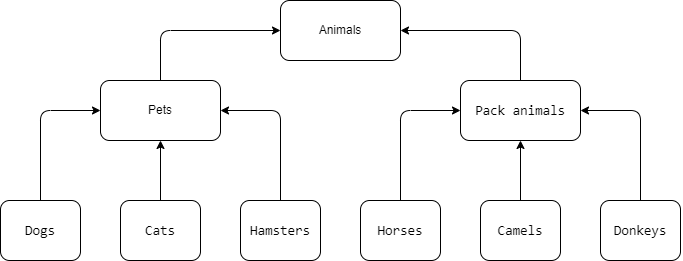
The draw.io diagram blockDiagram.drawio.png in Kornegin-GB/FinalCertification, before a commit. Source tidied: cells renumbered, new cells last; positions are measured from the earlier drawing's top-left corner, leaving out a move shared by most shapes.
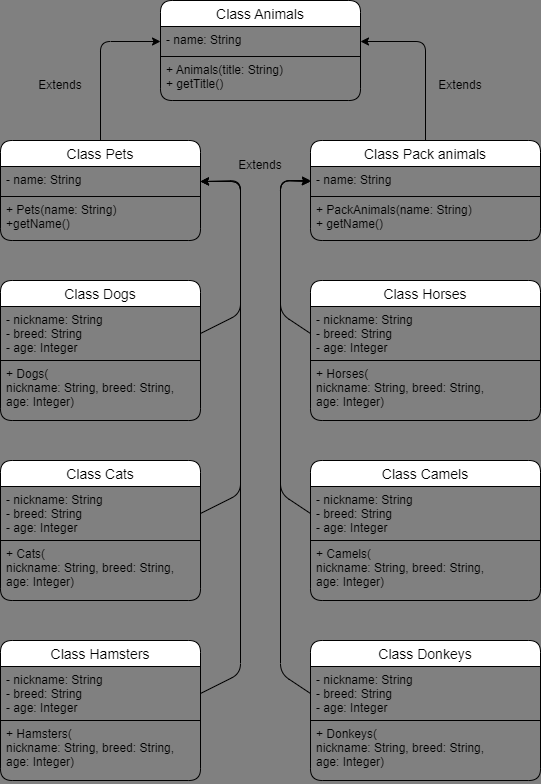
Above is the later version.

Commit message:
creating a class flowchart

The edit, as a diff of the source:
```diff
@@ -1,81 +1,159 @@
-<mxGraphModel>
+<mxGraphModel background="#808080">
   <root>
     <mxCell id="0" />
     <mxCell id="1" parent="0" />
-    <mxCell id="2" value="Animals" style="rounded=1;whiteSpace=wrap;html=1;fontColor=#000000;" parent="1" vertex="1">
-      <mxGeometry x="280" width="120" height="60" as="geometry" />
-    </mxCell>
-    <mxCell id="3" style="edgeStyle=none;html=1;exitX=0.5;exitY=0;exitDx=0;exitDy=0;entryX=0;entryY=0.5;entryDx=0;entryDy=0;fontColor=#f7f7f7;" parent="1" edge="1" source="4" target="2">
-      <mxGeometry relative="1" as="geometry">
-        <Array as="points">
-          <mxPoint x="160" y="30" />
-        </Array>
-      </mxGeometry>
-    </mxCell>
-    <mxCell id="4" value="Pets" style="rounded=1;whiteSpace=wrap;html=1;fontColor=#000000;" parent="1" vertex="1">
-      <mxGeometry x="100" y="80" width="120" height="60" as="geometry" />
-    </mxCell>
-    <mxCell id="5" style="edgeStyle=none;html=1;exitX=0.5;exitY=0;exitDx=0;exitDy=0;entryX=1;entryY=0.5;entryDx=0;entryDy=0;fontColor=#f7f7f7;" parent="1" edge="1" source="6" target="2">
-      <mxGeometry relative="1" as="geometry">
-        <Array as="points">
-          <mxPoint x="520" y="30" />
-        </Array>
-      </mxGeometry>
-    </mxCell>
-    <mxCell id="6" value="&lt;pre style=&quot;box-sizing: border-box; font-family: ui-monospace, SFMono-Regular, &amp;quot;SF Mono&amp;quot;, Menlo, Consolas, &amp;quot;Liberation Mono&amp;quot;, monospace; font-size: 13.6px; margin-top: 0px; margin-bottom: 0px; overflow-wrap: normal; padding: 16px; overflow: auto; line-height: 120%; background-color: var(--color-canvas-subtle); border-radius: 6px; word-break: normal; text-align: start;&quot;&gt;&lt;span style=&quot;box-sizing: border-box;&quot; class=&quot;pl-s&quot;&gt;&lt;font&gt;Pack animals&lt;/font&gt;&lt;/span&gt;&lt;/pre&gt;" style="rounded=1;whiteSpace=wrap;html=1;fontColor=#000000;" parent="1" vertex="1">
-      <mxGeometry x="460" y="80" width="120" height="60" as="geometry" />
-    </mxCell>
-    <mxCell id="7" style="edgeStyle=none;html=1;exitX=0.5;exitY=0;exitDx=0;exitDy=0;entryX=0;entryY=0.5;entryDx=0;entryDy=0;fontColor=#f7f7f7;" parent="1" edge="1" source="8" target="4">
-      <mxGeometry relative="1" as="geometry">
-        <Array as="points">
-          <mxPoint x="40" y="110" />
-        </Array>
-      </mxGeometry>
-    </mxCell>
-    <mxCell id="8" value="&lt;pre style=&quot;box-sizing: border-box; font-family: ui-monospace, SFMono-Regular, &amp;quot;SF Mono&amp;quot;, Menlo, Consolas, &amp;quot;Liberation Mono&amp;quot;, monospace; font-size: 13.6px; margin-top: 0px; margin-bottom: 0px; overflow-wrap: normal; padding: 16px; overflow: auto; line-height: 120%; background-color: var(--color-canvas-subtle); border-radius: 6px; word-break: normal; text-align: start;&quot;&gt;Dogs&lt;/pre&gt;" style="rounded=1;whiteSpace=wrap;html=1;fontColor=#000000;" parent="1" vertex="1">
-      <mxGeometry y="200" width="80" height="60" as="geometry" />
-    </mxCell>
-    <mxCell id="9" style="edgeStyle=none;html=1;exitX=0.5;exitY=0;exitDx=0;exitDy=0;entryX=0.5;entryY=1;entryDx=0;entryDy=0;fontColor=#f7f7f7;" parent="1" edge="1" source="10" target="4">
-      <mxGeometry relative="1" as="geometry" />
-    </mxCell>
-    <mxCell id="10" value="&lt;pre style=&quot;box-sizing: border-box; font-family: ui-monospace, SFMono-Regular, &amp;quot;SF Mono&amp;quot;, Menlo, Consolas, &amp;quot;Liberation Mono&amp;quot;, monospace; font-size: 13.6px; margin-top: 0px; margin-bottom: 0px; overflow-wrap: normal; padding: 16px; overflow: auto; line-height: 120%; background-color: var(--color-canvas-subtle); border-radius: 6px; word-break: normal; text-align: start;&quot;&gt;Cats&lt;/pre&gt;" style="rounded=1;whiteSpace=wrap;html=1;fontColor=#000000;" parent="1" vertex="1">
-      <mxGeometry x="120" y="200" width="80" height="60" as="geometry" />
-    </mxCell>
-    <mxCell id="11" style="edgeStyle=none;html=1;exitX=0.5;exitY=0;exitDx=0;exitDy=0;entryX=1;entryY=0.5;entryDx=0;entryDy=0;fontColor=#f7f7f7;" parent="1" edge="1" source="12" target="4">
-      <mxGeometry relative="1" as="geometry">
-        <Array as="points">
-          <mxPoint x="280" y="110" />
-        </Array>
-      </mxGeometry>
-    </mxCell>
-    <mxCell id="12" value="&lt;pre style=&quot;box-sizing: border-box; font-family: ui-monospace, SFMono-Regular, &amp;quot;SF Mono&amp;quot;, Menlo, Consolas, &amp;quot;Liberation Mono&amp;quot;, monospace; font-size: 13.6px; margin-top: 0px; margin-bottom: 0px; overflow-wrap: normal; padding: 16px; overflow: auto; line-height: 120%; background-color: var(--color-canvas-subtle); border-radius: 6px; word-break: normal; text-align: start;&quot;&gt;Hamsters&lt;/pre&gt;" style="rounded=1;whiteSpace=wrap;html=1;fontColor=#000000;" parent="1" vertex="1">
-      <mxGeometry x="240" y="200" width="80" height="60" as="geometry" />
-    </mxCell>
-    <mxCell id="13" style="edgeStyle=none;html=1;exitX=0.5;exitY=0;exitDx=0;exitDy=0;entryX=0;entryY=0.5;entryDx=0;entryDy=0;fontColor=#f7f7f7;" parent="1" edge="1" source="14" target="6">
-      <mxGeometry relative="1" as="geometry">
-        <Array as="points">
-          <mxPoint x="400" y="110" />
-        </Array>
-      </mxGeometry>
-    </mxCell>
-    <mxCell id="14" value="&lt;pre style=&quot;box-sizing: border-box; font-family: ui-monospace, SFMono-Regular, &amp;quot;SF Mono&amp;quot;, Menlo, Consolas, &amp;quot;Liberation Mono&amp;quot;, monospace; font-size: 13.6px; margin-top: 0px; margin-bottom: 0px; overflow-wrap: normal; padding: 16px; overflow: auto; line-height: 120%; background-color: var(--color-canvas-subtle); border-radius: 6px; word-break: normal; text-align: start;&quot;&gt;Horses&lt;/pre&gt;" style="rounded=1;whiteSpace=wrap;html=1;fontColor=#000000;" parent="1" vertex="1">
-      <mxGeometry x="360" y="200" width="80" height="60" as="geometry" />
-    </mxCell>
-    <mxCell id="15" style="edgeStyle=none;html=1;exitX=0.5;exitY=0;exitDx=0;exitDy=0;entryX=0.5;entryY=1;entryDx=0;entryDy=0;fontColor=#f7f7f7;" parent="1" edge="1" source="16" target="6">
-      <mxGeometry relative="1" as="geometry" />
-    </mxCell>
-    <mxCell id="16" value="&lt;pre style=&quot;box-sizing: border-box; font-family: ui-monospace, SFMono-Regular, &amp;quot;SF Mono&amp;quot;, Menlo, Consolas, &amp;quot;Liberation Mono&amp;quot;, monospace; font-size: 13.6px; margin-top: 0px; margin-bottom: 0px; overflow-wrap: normal; padding: 16px; overflow: auto; line-height: 120%; background-color: var(--color-canvas-subtle); border-radius: 6px; word-break: normal; text-align: start;&quot;&gt;Camels&lt;/pre&gt;" style="rounded=1;whiteSpace=wrap;html=1;fontColor=#000000;" parent="1" vertex="1">
-      <mxGeometry x="480" y="200" width="80" height="60" as="geometry" />
-    </mxCell>
-    <mxCell id="17" style="edgeStyle=none;html=1;exitX=0.5;exitY=0;exitDx=0;exitDy=0;entryX=1;entryY=0.5;entryDx=0;entryDy=0;fontColor=#030303;labelBackgroundColor=#030303;" parent="1" edge="1" source="18" target="6">
-      <mxGeometry relative="1" as="geometry">
-        <Array as="points">
-          <mxPoint x="640" y="110" />
-        </Array>
-      </mxGeometry>
-    </mxCell>
-    <mxCell id="18" value="&lt;pre style=&quot;box-sizing: border-box; font-family: ui-monospace, SFMono-Regular, &amp;quot;SF Mono&amp;quot;, Menlo, Consolas, &amp;quot;Liberation Mono&amp;quot;, monospace; font-size: 13.6px; margin-top: 0px; margin-bottom: 0px; overflow-wrap: normal; padding: 16px; overflow: auto; line-height: 120%; background-color: var(--color-canvas-subtle); border-radius: 6px; word-break: normal; text-align: start;&quot;&gt;Donkeys&lt;/pre&gt;" style="rounded=1;whiteSpace=wrap;html=1;fontColor=#000000;" parent="1" vertex="1">
-      <mxGeometry x="600" y="200" width="80" height="60" as="geometry" />
-    </mxCell>
+    <mxCell id="19" style="edgeStyle=none;html=1;exitX=0.5;exitY=0;exitDx=0;exitDy=0;entryX=0;entryY=0.5;entryDx=0;entryDy=0;fontSize=12;" parent="1" edge="1" source="20" target="52">
+      <mxGeometry relative="1" as="geometry">
+        <Array as="points">
+          <mxPoint x="260" y="51" />
+        </Array>
+      </mxGeometry>
+    </mxCell>
+    <mxCell id="20" value="Class Pets" style="swimlane;fontStyle=0;horizontal=1;startSize=26;align=center;fontSize=14;html=0;rounded=1;" parent="1" vertex="1">
+      <mxGeometry x="160" y="150" width="200" height="100" as="geometry" />
+    </mxCell>
+    <mxCell id="21" value="- name: String" style="text;strokeColor=default;fillColor=none;spacingLeft=4;spacingRight=4;overflow=hidden;points=[[0,0.5],[1,0.5]];portConstraint=eastwest;fontSize=12;html=0;rounded=0;" parent="20" vertex="1">
+      <mxGeometry y="26" width="200" height="30" as="geometry" />
+    </mxCell>
+    <mxCell id="22" value="+ Pets(name: String)&#10;+getName()" style="text;strokeColor=none;fillColor=none;spacingLeft=4;spacingRight=4;overflow=hidden;fontSize=12;html=0;rounded=1;" parent="20" vertex="1">
+      <mxGeometry y="56" width="200" height="44" as="geometry" />
+    </mxCell>
+    <mxCell id="23" style="edgeStyle=none;html=1;exitX=0.5;exitY=0;exitDx=0;exitDy=0;entryX=1;entryY=0.5;entryDx=0;entryDy=0;fontSize=12;" parent="1" edge="1" source="24" target="52">
+      <mxGeometry relative="1" as="geometry">
+        <Array as="points">
+          <mxPoint x="585" y="51" />
+        </Array>
+      </mxGeometry>
+    </mxCell>
+    <mxCell id="24" value="Class Pack animals" style="swimlane;fontStyle=0;horizontal=1;startSize=26;align=center;fontSize=14;html=0;rounded=1;" parent="1" vertex="1">
+      <mxGeometry x="470" y="150" width="230" height="100" as="geometry" />
+    </mxCell>
+    <mxCell id="25" value="- name: String" style="text;strokeColor=default;fillColor=none;spacingLeft=4;spacingRight=4;overflow=hidden;points=[[0,0.5],[1,0.5]];portConstraint=eastwest;fontSize=12;html=0;rounded=0;" parent="24" vertex="1">
+      <mxGeometry y="26" width="230" height="30" as="geometry" />
+    </mxCell>
+    <mxCell id="26" value="+ PackAnimals(name: String)&#10;+ getName()" style="text;strokeColor=none;fillColor=none;spacingLeft=4;spacingRight=4;overflow=hidden;fontSize=12;html=0;rounded=1;" parent="24" vertex="1">
+      <mxGeometry y="56" width="230" height="44" as="geometry" />
+    </mxCell>
+    <mxCell id="27" value="Class Dogs" style="swimlane;fontStyle=0;horizontal=1;startSize=26;align=center;fontSize=14;html=0;rounded=1;" parent="1" vertex="1">
+      <mxGeometry x="160" y="290" width="200" height="140" as="geometry" />
+    </mxCell>
+    <mxCell id="28" value="- nickname: String&#10;- breed: String&#10;- age: Integer" style="text;strokeColor=default;fillColor=none;spacingLeft=4;spacingRight=4;overflow=hidden;points=[[0,0.5],[1,0.5]];portConstraint=eastwest;fontSize=12;html=0;rounded=0;" parent="27" vertex="1">
+      <mxGeometry y="26" width="200" height="54" as="geometry" />
+    </mxCell>
+    <mxCell id="29" value="+ Dogs(&#10;nickname: String, breed: String,&#10;age: Integer)" style="text;strokeColor=none;fillColor=none;spacingLeft=4;spacingRight=4;overflow=hidden;fontSize=12;html=0;rounded=1;" parent="27" vertex="1">
+      <mxGeometry y="80" width="200" height="60" as="geometry" />
+    </mxCell>
+    <mxCell id="30" value="Class Cats" style="swimlane;fontStyle=0;horizontal=1;startSize=26;align=center;fontSize=14;html=0;rounded=1;" parent="1" vertex="1">
+      <mxGeometry x="160" y="470" width="200" height="140" as="geometry" />
+    </mxCell>
+    <mxCell id="31" value="- nickname: String&#10;- breed: String&#10;- age: Integer" style="text;strokeColor=default;fillColor=none;spacingLeft=4;spacingRight=4;overflow=hidden;points=[[0,0.5],[1,0.5]];portConstraint=eastwest;fontSize=12;html=0;rounded=0;" parent="30" vertex="1">
+      <mxGeometry y="26" width="200" height="54" as="geometry" />
+    </mxCell>
+    <mxCell id="32" value="+ Cats(&#10;nickname: String, breed: String,&#10;age: Integer)" style="text;strokeColor=none;fillColor=none;spacingLeft=4;spacingRight=4;overflow=hidden;fontSize=12;html=0;rounded=1;" parent="30" vertex="1">
+      <mxGeometry y="80" width="200" height="60" as="geometry" />
+    </mxCell>
+    <mxCell id="33" value="Class Hamsters" style="swimlane;fontStyle=0;horizontal=1;startSize=26;align=center;fontSize=14;html=0;rounded=1;" parent="1" vertex="1">
+      <mxGeometry x="160" y="650" width="200" height="140" as="geometry" />
+    </mxCell>
+    <mxCell id="34" value="- nickname: String&#10;- breed: String&#10;- age: Integer" style="text;strokeColor=default;fillColor=none;spacingLeft=4;spacingRight=4;overflow=hidden;points=[[0,0.5],[1,0.5]];portConstraint=eastwest;fontSize=12;html=0;rounded=0;" parent="33" vertex="1">
+      <mxGeometry y="26" width="200" height="54" as="geometry" />
+    </mxCell>
+    <mxCell id="35" value="+ Hamsters(&#10;nickname: String, breed: String,&#10;age: Integer)" style="text;strokeColor=none;fillColor=none;spacingLeft=4;spacingRight=4;overflow=hidden;fontSize=12;html=0;rounded=1;" parent="33" vertex="1">
+      <mxGeometry y="80" width="200" height="60" as="geometry" />
+    </mxCell>
+    <mxCell id="36" value="Class Horses" style="swimlane;fontStyle=0;horizontal=1;startSize=26;align=center;fontSize=14;html=0;rounded=1;" parent="1" vertex="1">
+      <mxGeometry x="470" y="290" width="230" height="140" as="geometry" />
+    </mxCell>
+    <mxCell id="37" value="- nickname: String&#10;- breed: String&#10;- age: Integer" style="text;strokeColor=default;fillColor=none;spacingLeft=4;spacingRight=4;overflow=hidden;points=[[0,0.5],[1,0.5]];portConstraint=eastwest;fontSize=12;html=0;rounded=0;" parent="36" vertex="1">
+      <mxGeometry y="26" width="230" height="54" as="geometry" />
+    </mxCell>
+    <mxCell id="38" value="+ Horses(&#10;nickname: String, breed: String,&#10;age: Integer)" style="text;strokeColor=none;fillColor=none;spacingLeft=4;spacingRight=4;overflow=hidden;fontSize=12;html=0;rounded=1;" parent="36" vertex="1">
+      <mxGeometry y="80" width="230" height="60" as="geometry" />
+    </mxCell>
+    <mxCell id="39" value="Class Camels" style="swimlane;fontStyle=0;horizontal=1;startSize=26;align=center;fontSize=14;html=0;rounded=1;" parent="1" vertex="1">
+      <mxGeometry x="470" y="470" width="230" height="140" as="geometry" />
+    </mxCell>
+    <mxCell id="40" value="- nickname: String&#10;- breed: String&#10;- age: Integer" style="text;strokeColor=default;fillColor=none;spacingLeft=4;spacingRight=4;overflow=hidden;points=[[0,0.5],[1,0.5]];portConstraint=eastwest;fontSize=12;html=0;rounded=0;" parent="39" vertex="1">
+      <mxGeometry y="26" width="230" height="54" as="geometry" />
+    </mxCell>
+    <mxCell id="41" value="+ Camels(&#10;nickname: String, breed: String,&#10;age: Integer)" style="text;strokeColor=none;fillColor=none;spacingLeft=4;spacingRight=4;overflow=hidden;fontSize=12;html=0;rounded=1;" parent="39" vertex="1">
+      <mxGeometry y="80" width="230" height="60" as="geometry" />
+    </mxCell>
+    <mxCell id="42" value="Class Donkeys" style="swimlane;fontStyle=0;horizontal=1;startSize=26;align=center;fontSize=14;html=0;rounded=1;" parent="1" vertex="1">
+      <mxGeometry x="470" y="650" width="230" height="140" as="geometry" />
+    </mxCell>
+    <mxCell id="43" value="- nickname: String&#10;- breed: String&#10;- age: Integer" style="text;strokeColor=default;fillColor=none;spacingLeft=4;spacingRight=4;overflow=hidden;points=[[0,0.5],[1,0.5]];portConstraint=eastwest;fontSize=12;html=0;rounded=0;" parent="42" vertex="1">
+      <mxGeometry y="26" width="230" height="54" as="geometry" />
+    </mxCell>
+    <mxCell id="44" value="+ Donkeys(&#10;nickname: String, breed: String,&#10;age: Integer)" style="text;strokeColor=none;fillColor=none;spacingLeft=4;spacingRight=4;overflow=hidden;fontSize=12;html=0;rounded=1;" parent="42" vertex="1">
+      <mxGeometry y="80" width="230" height="60" as="geometry" />
+    </mxCell>
+    <mxCell id="45" style="edgeStyle=none;html=1;exitX=1;exitY=0.5;exitDx=0;exitDy=0;entryX=1;entryY=0.5;entryDx=0;entryDy=0;fontSize=12;" parent="1" edge="1" source="28" target="21">
+      <mxGeometry relative="1" as="geometry">
+        <Array as="points">
+          <mxPoint x="400" y="323" />
+          <mxPoint x="400" y="191" />
+        </Array>
+      </mxGeometry>
+    </mxCell>
+    <mxCell id="46" style="edgeStyle=none;html=1;exitX=1;exitY=0.5;exitDx=0;exitDy=0;entryX=1;entryY=0.5;entryDx=0;entryDy=0;fontSize=12;" parent="1" edge="1" source="31" target="21">
+      <mxGeometry relative="1" as="geometry">
+        <Array as="points">
+          <mxPoint x="400" y="503" />
+          <mxPoint x="400" y="191" />
+        </Array>
+      </mxGeometry>
+    </mxCell>
+    <mxCell id="47" style="edgeStyle=none;html=1;exitX=1;exitY=0.5;exitDx=0;exitDy=0;entryX=1;entryY=0.5;entryDx=0;entryDy=0;fontSize=12;" parent="1" edge="1" source="34" target="21">
+      <mxGeometry relative="1" as="geometry">
+        <Array as="points">
+          <mxPoint x="400" y="683" />
+          <mxPoint x="400" y="190" />
+        </Array>
+      </mxGeometry>
+    </mxCell>
+    <mxCell id="48" style="edgeStyle=none;html=1;exitX=0;exitY=0.5;exitDx=0;exitDy=0;entryX=0;entryY=0.5;entryDx=0;entryDy=0;fontSize=12;" parent="1" edge="1" source="37" target="25">
+      <mxGeometry relative="1" as="geometry">
+        <Array as="points">
+          <mxPoint x="440" y="323" />
+          <mxPoint x="440" y="190" />
+        </Array>
+      </mxGeometry>
+    </mxCell>
+    <mxCell id="49" style="edgeStyle=none;html=1;exitX=0;exitY=0.5;exitDx=0;exitDy=0;fontSize=12;" parent="1" edge="1" source="40">
+      <mxGeometry relative="1" as="geometry">
+        <mxPoint x="470" y="190" as="targetPoint" />
+        <Array as="points">
+          <mxPoint x="440" y="503" />
+          <mxPoint x="440" y="190" />
+        </Array>
+      </mxGeometry>
+    </mxCell>
+    <mxCell id="50" style="edgeStyle=none;html=1;exitX=0;exitY=0.5;exitDx=0;exitDy=0;entryX=0;entryY=0.5;entryDx=0;entryDy=0;fontSize=12;" parent="1" edge="1" source="43" target="25">
+      <mxGeometry relative="1" as="geometry">
+        <Array as="points">
+          <mxPoint x="440" y="683" />
+          <mxPoint x="440" y="190" />
+        </Array>
+      </mxGeometry>
+    </mxCell>
+    <mxCell id="51" value="Class Animals" style="swimlane;fontStyle=0;horizontal=1;startSize=26;align=center;fontSize=14;html=0;rounded=1;" parent="1" vertex="1">
+      <mxGeometry x="320" y="10" width="200" height="100" as="geometry" />
+    </mxCell>
+    <mxCell id="52" value="- name: String" style="text;strokeColor=default;fillColor=none;spacingLeft=4;spacingRight=4;overflow=hidden;points=[[0,0.5],[1,0.5]];portConstraint=eastwest;fontSize=12;html=0;rounded=0;" parent="51" vertex="1">
+      <mxGeometry y="26" width="200" height="30" as="geometry" />
+    </mxCell>
+    <mxCell id="53" value="+ Animals(title: String)&#10;+ getTitle()" style="text;strokeColor=none;fillColor=none;spacingLeft=4;spacingRight=4;overflow=hidden;fontSize=12;html=0;rounded=1;" parent="51" vertex="1">
+      <mxGeometry y="56" width="200" height="44" as="geometry" />
+    </mxCell>
+    <mxCell id="54" value="Extends" style="text;html=1;strokeColor=none;fillColor=none;align=center;verticalAlign=middle;whiteSpace=wrap;rounded=0;" parent="1" vertex="1">
+      <mxGeometry x="190" y="80" width="60" height="30" as="geometry" />
+    </mxCell>
+    <mxCell id="55" value="Extends" style="text;html=1;strokeColor=none;fillColor=none;align=center;verticalAlign=middle;whiteSpace=wrap;rounded=0;" parent="1" vertex="1">
+      <mxGeometry x="590" y="80" width="60" height="30" as="geometry" />
+    </mxCell>
+    <mxCell id="56" value="Extends" style="text;html=1;strokeColor=none;fillColor=none;align=center;verticalAlign=middle;whiteSpace=wrap;rounded=0;rotation=0;" parent="1" vertex="1">
+      <mxGeometry x="390" y="160" width="60" height="30" as="geometry" />
+    </mxCell>
   </root>
 </mxGraphModel>
```
